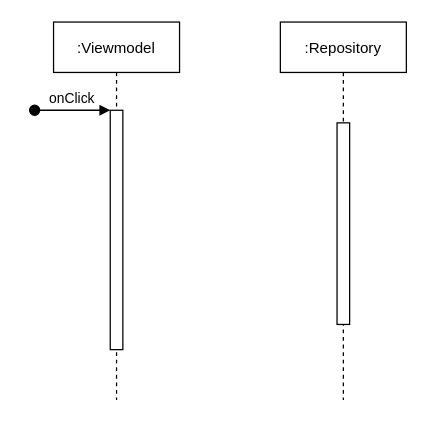
Before: Untitled Diagram.drawio in milk1990/AndFix, a draw.io diagram. Source tidied: cells renumbered, new cells numbered last; positions are measured from the earlier drawing's top-left corner, leaving out a move shared by most shapes. Both pictures are drawn from the tidied source at 126%, with x=0, y=0 at pixel (34, 21).
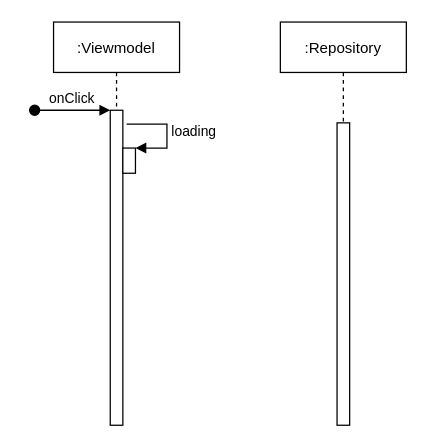
The same page after the edit.

The edit, as a diff of the source:
```diff
@@
 <mxGraphModel>
   <root>
     <mxCell id="0" />
     <mxCell id="1" parent="0" />
     <mxCell id="2" value=":Viewmodel" style="shape=umlLifeline;perimeter=lifelinePerimeter;rounded=0;shadow=0;strokeWidth=1;" parent="1" vertex="1">
-      <mxGeometry x="15" width="100" height="300" as="geometry" />
+      <mxGeometry x="15" width="100" height="320" as="geometry" />
     </mxCell>
     <mxCell id="3" style="points=[];perimeter=orthogonalPerimeter;rounded=0;shadow=0;strokeWidth=1;" parent="2" vertex="1">
-      <mxGeometry x="45" y="70" width="10" height="190" as="geometry" />
+      <mxGeometry x="45" y="70" width="10" height="250" as="geometry" />
     </mxCell>
     <mxCell id="4" value="onClick" style="verticalAlign=bottom;startArrow=oval;endArrow=block;startSize=8;shadow=0;strokeWidth=1;" parent="2" edge="1" target="3">
       <mxGeometry relative="1" as="geometry">
         <mxPoint x="-15" y="70" as="sourcePoint" />
       </mxGeometry>
     </mxCell>
+    <mxCell id="7" style="html=1;points=[];perimeter=orthogonalPerimeter;" parent="2" vertex="1">
+      <mxGeometry x="55" y="100" width="10" height="20" as="geometry" />
+    </mxCell>
+    <mxCell id="8" value="loading" style="edgeStyle=orthogonalEdgeStyle;html=1;align=left;spacingLeft=2;endArrow=block;rounded=0;entryX=1;entryY=0;" parent="2" edge="1" target="7">
+      <mxGeometry relative="1" as="geometry">
+        <mxPoint x="58" y="81" as="sourcePoint" />
+        <Array as="points">
+          <mxPoint x="90" y="81" />
+          <mxPoint x="90" y="100" />
+        </Array>
+      </mxGeometry>
+    </mxCell>
     <mxCell id="5" value=":Repository" style="shape=umlLifeline;perimeter=lifelinePerimeter;rounded=0;shadow=0;strokeWidth=1;" parent="1" vertex="1">
-      <mxGeometry x="195" width="100" height="300" as="geometry" />
+      <mxGeometry x="195" width="100" height="320" as="geometry" />
     </mxCell>
     <mxCell id="6" style="perimeter=orthogonalPerimeter;rounded=0;shadow=0;strokeWidth=1;" parent="5" vertex="1">
-      <mxGeometry x="45" y="80" width="10" height="160" as="geometry" />
+      <mxGeometry x="45" y="80" width="10" height="240" as="geometry" />
     </mxCell>
   </root>
 </mxGraphModel>
```
